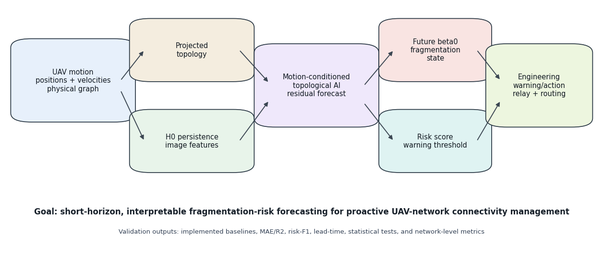
Before: paper/figures/plantuml/graphical_abstract.png, a diagram exported from PlantUML (ErcanErkalkan/FANET-TopoGNN). Its source is kept beside it as paper/figures/plantuml/graphical_abstract.puml.
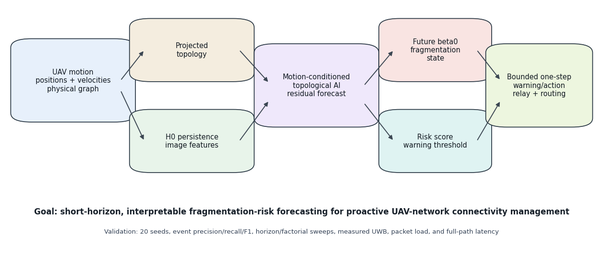
After the commit.

The edit, as a diff of the source:
```diff
@@ -21,8 +21,8 @@
 rectangle "Motion-conditioned\ntopological AI\nresidual forecast" as ai #EADCF8
 rectangle "Future beta0\nfragmentation state" as beta #FCE8E6
 rectangle "Risk score\nwarning threshold" as risk #DDF2F2
-rectangle "Engineering\nwarning/action\nrelay + routing" as action #EDF6DF
-rectangle "Goal and validation\nshort-horizon fragmentation-risk forecasting;\nimplemented baselines, MAE/R2, risk-F1, lead-time,\nstatistical tests, and network-level metrics" as validation #F5F5F5
+rectangle "Bounded one-step\nwarning/action\nrelay + routing" as action #EDF6DF
+rectangle "Validation\n20 seeds; event precision/recall/F1;\nhorizon + factorial sweeps; measured UWB;\npacket load + full-path latency" as validation #F5F5F5
 
 motion --> projected
 motion --> persistence
```
